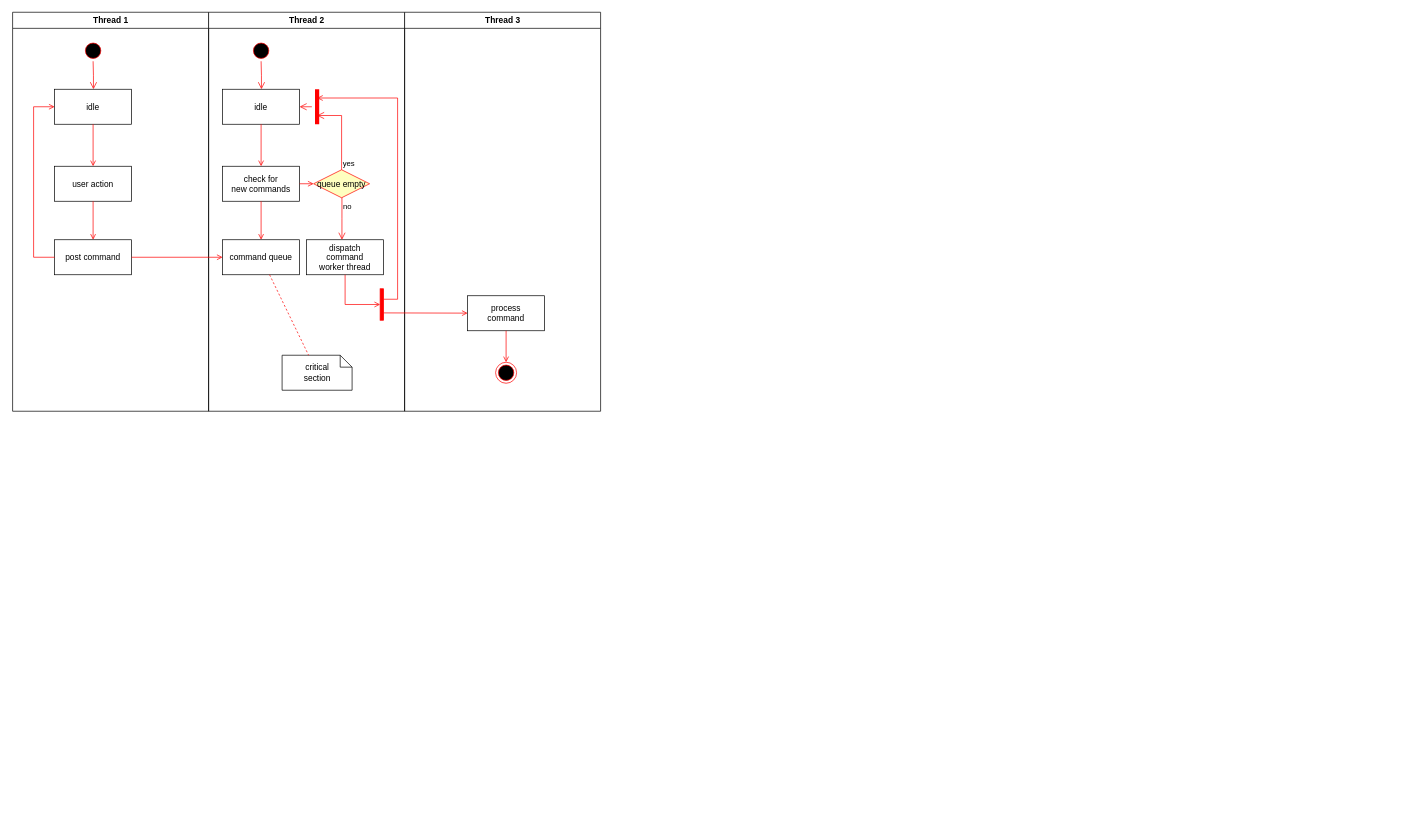
Before: srsrelay.drawio in cld4h/draw.io-documents, a draw.io diagram. Source tidied: cells renumbered, new cells numbered last; positions are measured from the earlier drawing's top-left corner, leaving out a move shared by most shapes. Both pictures are drawn from the tidied source at 70%, with x=0, y=0 at pixel (12, 12).
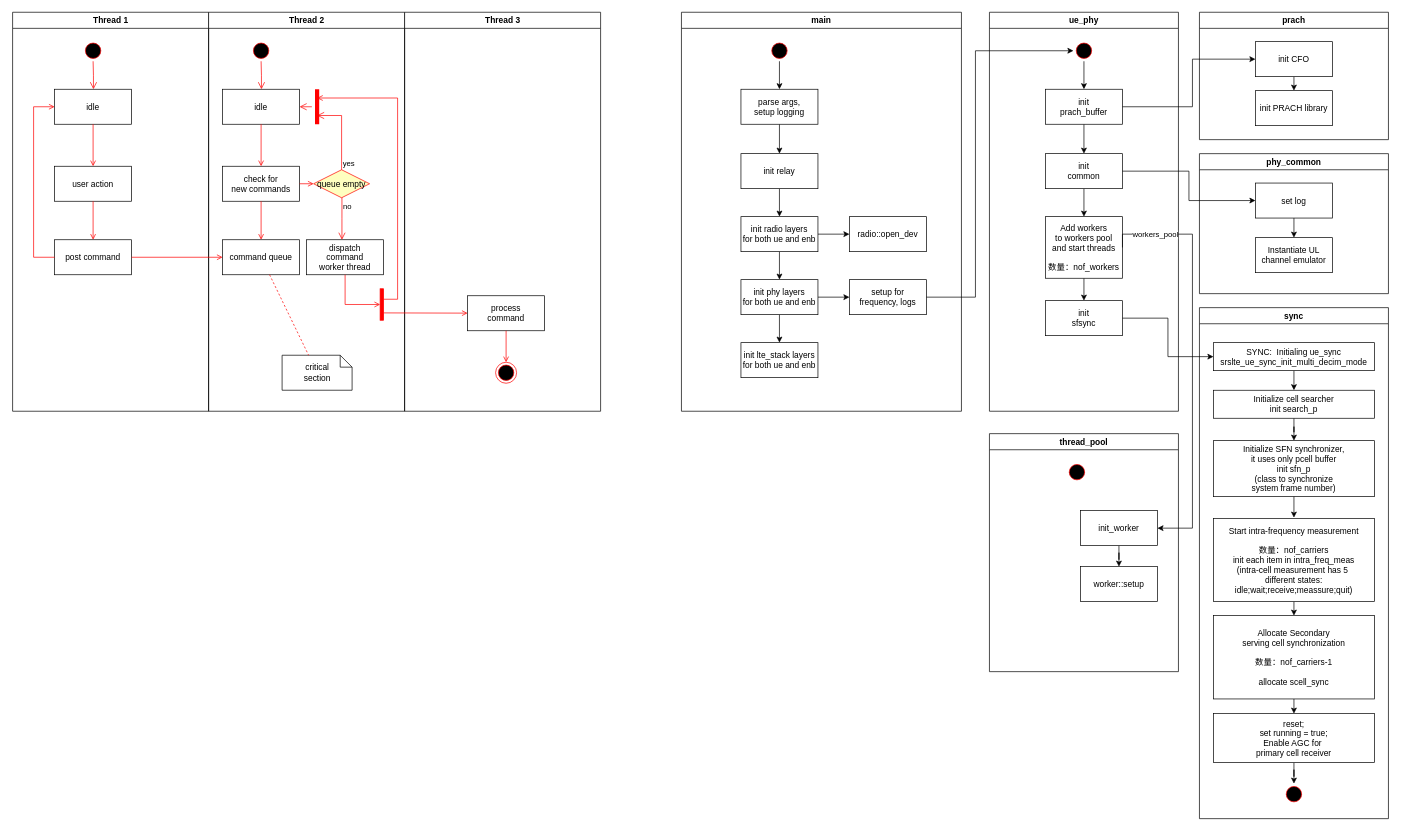
After the change.

What changed in the source:
```diff
@@
+    <mxCell id="37" value="main" style="swimlane;" parent="1" vertex="1">
+      <mxGeometry x="956" width="400" height="570" as="geometry" />
+    </mxCell>
+    <mxCell id="38" style="edgeStyle=orthogonalEdgeStyle;rounded=0;jettySize=auto;html=1;exitX=0.5;exitY=1;exitDx=0;exitDy=0;entryX=0.5;entryY=0;entryDx=0;entryDy=0;" parent="37" edge="1" source="39" target="41">
+      <mxGeometry relative="1" as="geometry" />
+    </mxCell>
+    <mxCell id="39" style="ellipse;shape=startState;fillColor=#000000;strokeColor=#ff0000;" parent="37" vertex="1">
+      <mxGeometry x="125" y="40" width="30" height="30" as="geometry" />
+    </mxCell>
+    <mxCell id="40" style="edgeStyle=orthogonalEdgeStyle;rounded=0;jettySize=auto;html=1;exitX=0.5;exitY=1;exitDx=0;exitDy=0;entryX=0.5;entryY=0;entryDx=0;entryDy=0;" parent="37" edge="1" source="41" target="43">
+      <mxGeometry relative="1" as="geometry" />
+    </mxCell>
+    <mxCell id="41" value="parse args,&#10;setup logging" parent="37" vertex="1">
+      <mxGeometry x="85" y="110" width="110" height="50" as="geometry" />
+    </mxCell>
+    <mxCell id="42" style="edgeStyle=orthogonalEdgeStyle;rounded=0;jettySize=auto;html=1;exitX=0.5;exitY=1;exitDx=0;exitDy=0;entryX=0.5;entryY=0;entryDx=0;entryDy=0;" parent="37" edge="1" source="43" target="46">
+      <mxGeometry relative="1" as="geometry" />
+    </mxCell>
+    <mxCell id="43" value="init relay" parent="37" vertex="1">
+      <mxGeometry x="85" y="202" width="110" height="50" as="geometry" />
+    </mxCell>
+    <mxCell id="44" style="edgeStyle=orthogonalEdgeStyle;rounded=0;jettySize=auto;html=1;exitX=0.5;exitY=1;exitDx=0;exitDy=0;" parent="37" edge="1" source="46" target="49">
+      <mxGeometry relative="1" as="geometry" />
+    </mxCell>
+    <mxCell id="45" style="edgeStyle=orthogonalEdgeStyle;rounded=0;jettySize=auto;html=1;exitX=1;exitY=0.5;exitDx=0;exitDy=0;entryX=0;entryY=0.5;entryDx=0;entryDy=0;" parent="37" edge="1" source="46" target="51">
+      <mxGeometry relative="1" as="geometry" />
+    </mxCell>
+    <mxCell id="46" value="init radio layers&#10;for both ue and enb" parent="37" vertex="1">
+      <mxGeometry x="85" y="292" width="110" height="50" as="geometry" />
+    </mxCell>
+    <mxCell id="47" style="edgeStyle=orthogonalEdgeStyle;rounded=0;jettySize=auto;html=1;exitX=0.5;exitY=1;exitDx=0;exitDy=0;entryX=0.5;entryY=0;entryDx=0;entryDy=0;" parent="37" edge="1" source="49" target="50">
+      <mxGeometry relative="1" as="geometry" />
+    </mxCell>
+    <mxCell id="48" style="edgeStyle=orthogonalEdgeStyle;rounded=0;jettySize=auto;html=1;exitX=1;exitY=0.5;exitDx=0;exitDy=0;entryX=0;entryY=0.5;entryDx=0;entryDy=0;" parent="37" edge="1" source="49" target="52">
+      <mxGeometry relative="1" as="geometry" />
+    </mxCell>
+    <mxCell id="49" value="init phy layers&#10;for both ue and enb" parent="37" vertex="1">
+      <mxGeometry x="85" y="382" width="110" height="50" as="geometry" />
+    </mxCell>
+    <mxCell id="50" value="init lte_stack layers&#10;for both ue and enb" parent="37" vertex="1">
+      <mxGeometry x="85" y="472" width="110" height="50" as="geometry" />
+    </mxCell>
+    <mxCell id="51" value="radio::open_dev" parent="37" vertex="1">
+      <mxGeometry x="240" y="292" width="110" height="50" as="geometry" />
+    </mxCell>
+    <mxCell id="52" value="setup for&#10;frequency, logs" parent="37" vertex="1">
+      <mxGeometry x="240" y="382" width="110" height="50" as="geometry" />
+    </mxCell>
+    <mxCell id="53" value="ue_phy" style="swimlane;" parent="1" vertex="1">
+      <mxGeometry x="1396" width="270" height="570" as="geometry" />
+    </mxCell>
+    <mxCell id="54" style="edgeStyle=orthogonalEdgeStyle;rounded=0;jettySize=auto;html=1;exitX=0.5;exitY=1;exitDx=0;exitDy=0;entryX=0.5;entryY=0;entryDx=0;entryDy=0;" parent="53" edge="1" source="55" target="57">
+      <mxGeometry relative="1" as="geometry" />
+    </mxCell>
+    <mxCell id="55" style="ellipse;shape=startState;fillColor=#000000;strokeColor=#ff0000;" parent="53" vertex="1">
+      <mxGeometry x="120" y="40" width="30" height="30" as="geometry" />
+    </mxCell>
+    <mxCell id="56" style="edgeStyle=orthogonalEdgeStyle;rounded=0;jettySize=auto;html=1;exitX=0.5;exitY=1;exitDx=0;exitDy=0;entryX=0.5;entryY=0;entryDx=0;entryDy=0;" parent="53" edge="1" source="57" target="59">
+      <mxGeometry relative="1" as="geometry" />
+    </mxCell>
+    <mxCell id="57" value="init&#10;prach_buffer" parent="53" vertex="1">
+      <mxGeometry x="80" y="110" width="110" height="50" as="geometry" />
+    </mxCell>
+    <mxCell id="58" style="edgeStyle=orthogonalEdgeStyle;rounded=0;jettySize=auto;html=1;exitX=0.5;exitY=1;exitDx=0;exitDy=0;entryX=0.5;entryY=0;entryDx=0;entryDy=0;" parent="53" edge="1" source="59" target="61">
+      <mxGeometry relative="1" as="geometry" />
+    </mxCell>
+    <mxCell id="59" value="init&#10;common" parent="53" vertex="1">
+      <mxGeometry x="80" y="202" width="110" height="50" as="geometry" />
+    </mxCell>
+    <mxCell id="60" style="edgeStyle=orthogonalEdgeStyle;rounded=0;jettySize=auto;html=1;exitX=0.5;exitY=1;exitDx=0;exitDy=0;entryX=0.5;entryY=0;entryDx=0;entryDy=0;" parent="53" edge="1" source="61" target="62">
+      <mxGeometry relative="1" as="geometry" />
+    </mxCell>
+    <mxCell id="61" value="Add workers &#10;to workers pool &#10;and start threads&#10;&#10;数量：nof_workers" parent="53" vertex="1">
+      <mxGeometry x="80" y="292" width="110" height="88" as="geometry" />
+    </mxCell>
+    <mxCell id="62" value="init&#10;sfsync" parent="53" vertex="1">
+      <mxGeometry x="80" y="412" width="110" height="50" as="geometry" />
+    </mxCell>
+    <mxCell id="63" style="edgeStyle=orthogonalEdgeStyle;rounded=0;jettySize=auto;html=1;exitX=1;exitY=0.5;exitDx=0;exitDy=0;entryX=0;entryY=0.5;entryDx=0;entryDy=0;" parent="1" edge="1" source="52" target="55">
+      <mxGeometry relative="1" as="geometry">
+        <Array as="points">
+          <mxPoint x="1376" y="407" />
+          <mxPoint x="1376" y="55" />
+        </Array>
+      </mxGeometry>
+    </mxCell>
+    <mxCell id="64" value="prach" style="swimlane;" parent="1" vertex="1">
+      <mxGeometry x="1696" width="270" height="182" as="geometry" />
+    </mxCell>
+    <mxCell id="65" style="edgeStyle=orthogonalEdgeStyle;rounded=0;jettySize=auto;html=1;exitX=0.5;exitY=1;exitDx=0;exitDy=0;entryX=0.5;entryY=0;entryDx=0;entryDy=0;" parent="64" edge="1" source="66" target="67">
+      <mxGeometry relative="1" as="geometry" />
+    </mxCell>
+    <mxCell id="66" value="init CFO" parent="64" vertex="1">
+      <mxGeometry x="80" y="42" width="110" height="50" as="geometry" />
+    </mxCell>
+    <mxCell id="67" value="init PRACH library" parent="64" vertex="1">
+      <mxGeometry x="80" y="112" width="110" height="50" as="geometry" />
+    </mxCell>
+    <mxCell id="68" style="edgeStyle=orthogonalEdgeStyle;rounded=0;jettySize=auto;html=1;exitX=1;exitY=0.5;exitDx=0;exitDy=0;" parent="1" edge="1" source="57" target="66">
+      <mxGeometry relative="1" as="geometry">
+        <Array as="points">
+          <mxPoint x="1686" y="135" />
+          <mxPoint x="1686" y="67" />
+        </Array>
+      </mxGeometry>
+    </mxCell>
+    <mxCell id="69" value="phy_common" style="swimlane;" parent="1" vertex="1">
+      <mxGeometry x="1696" y="202" width="270" height="200" as="geometry" />
+    </mxCell>
+    <mxCell id="70" style="edgeStyle=orthogonalEdgeStyle;rounded=0;jettySize=auto;html=1;exitX=0.5;exitY=1;exitDx=0;exitDy=0;entryX=0.5;entryY=0;entryDx=0;entryDy=0;" parent="69" edge="1" source="71" target="72">
+      <mxGeometry relative="1" as="geometry" />
+    </mxCell>
+    <mxCell id="71" value="set log" parent="69" vertex="1">
+      <mxGeometry x="80" y="42" width="110" height="50" as="geometry" />
+    </mxCell>
+    <mxCell id="72" value="Instantiate UL &#10;channel emulator" parent="69" vertex="1">
+      <mxGeometry x="80" y="120" width="110" height="50" as="geometry" />
+    </mxCell>
+    <mxCell id="73" style="edgeStyle=orthogonalEdgeStyle;rounded=0;jettySize=auto;html=1;exitX=1;exitY=0.5;exitDx=0;exitDy=0;entryX=0;entryY=0.5;entryDx=0;entryDy=0;" parent="1" edge="1" source="59" target="71">
+      <mxGeometry relative="1" as="geometry" />
+    </mxCell>
+    <mxCell id="74" value="thread_pool" style="swimlane;" parent="1" vertex="1">
+      <mxGeometry x="1396" y="602" width="270" height="340" as="geometry" />
+    </mxCell>
+    <mxCell id="75" style="ellipse;shape=startState;fillColor=#000000;strokeColor=#ff0000;" parent="74" vertex="1">
+      <mxGeometry x="110" y="40" width="30" height="30" as="geometry" />
+    </mxCell>
+    <mxCell id="76" style="edgeStyle=orthogonalEdgeStyle;rounded=0;jettySize=auto;html=1;exitX=0.5;exitY=1;exitDx=0;exitDy=0;" parent="74" edge="1" source="77" target="78">
+      <mxGeometry relative="1" as="geometry" />
+    </mxCell>
+    <mxCell id="77" value="init_worker" parent="74" vertex="1">
+      <mxGeometry x="130" y="110" width="110" height="50" as="geometry" />
+    </mxCell>
+    <mxCell id="78" value="worker::setup" parent="74" vertex="1">
+      <mxGeometry x="130" y="190" width="110" height="50" as="geometry" />
+    </mxCell>
+    <mxCell id="79" style="edgeStyle=orthogonalEdgeStyle;rounded=0;jettySize=auto;html=1;exitX=1;exitY=0.5;exitDx=0;exitDy=0;entryX=1;entryY=0.5;entryDx=0;entryDy=0;" parent="1" edge="1" source="61" target="77">
+      <mxGeometry relative="1" as="geometry">
+        <Array as="points">
+          <mxPoint x="1686" y="317" />
+          <mxPoint x="1686" y="737" />
+        </Array>
+      </mxGeometry>
+    </mxCell>
+    <mxCell id="80" value="workers_pool" style="edgeLabel;html=1;align=center;verticalAlign=middle;" parent="79" vertex="1">
+      <mxGeometry x="-0.89" y="-2" relative="1" as="geometry">
+        <mxPoint x="33" y="-2" as="offset" />
+      </mxGeometry>
+    </mxCell>
+    <mxCell id="81" value="sync" style="swimlane;" parent="1" vertex="1">
+      <mxGeometry x="1696" y="422" width="270" height="730" as="geometry" />
+    </mxCell>
+    <mxCell id="82" style="edgeStyle=orthogonalEdgeStyle;rounded=0;jettySize=auto;html=1;exitX=0.5;exitY=1;exitDx=0;exitDy=0;entryX=0.5;entryY=0;entryDx=0;entryDy=0;" parent="81" edge="1" source="83" target="85">
+      <mxGeometry relative="1" as="geometry" />
+    </mxCell>
+    <mxCell id="83" value="SYNC:  Initialing ue_sync&#10;srslte_ue_sync_init_multi_decim_mode" parent="81" vertex="1">
+      <mxGeometry x="20" y="50" width="230" height="40" as="geometry" />
+    </mxCell>
+    <mxCell id="84" style="edgeStyle=orthogonalEdgeStyle;rounded=0;jettySize=auto;html=1;exitX=0.5;exitY=1;exitDx=0;exitDy=0;" parent="81" edge="1" source="85" target="86">
+      <mxGeometry relative="1" as="geometry" />
+    </mxCell>
+    <mxCell id="85" value="Initialize cell searcher&#10;init search_p" parent="81" vertex="1">
+      <mxGeometry x="20" y="118" width="230" height="40" as="geometry" />
+    </mxCell>
+    <mxCell id="86" value="Initialize SFN synchronizer, &#10;it uses only pcell buffer&#10;init sfn_p&#10;(class to synchronize &#10;system frame number)" parent="81" vertex="1">
+      <mxGeometry x="20" y="190" width="230" height="80" as="geometry" />
+    </mxCell>
+    <mxCell id="87" style="ellipse;shape=startState;fillColor=#000000;strokeColor=#ff0000;" parent="81" vertex="1">
+      <mxGeometry x="120" y="680" width="30" height="30" as="geometry" />
+    </mxCell>
+    <mxCell id="88" style="edgeStyle=orthogonalEdgeStyle;rounded=0;jettySize=auto;html=1;exitX=0.5;exitY=1;exitDx=0;exitDy=0;entryX=0.5;entryY=0;entryDx=0;entryDy=0;" parent="1" edge="1" source="89" target="92">
+      <mxGeometry relative="1" as="geometry" />
+    </mxCell>
+    <mxCell id="89" value="Start intra-frequency measurement&#10;&#10;数量：nof_carriers&#10;init each item in intra_freq_meas&#10;(intra-cell measurement has 5 &#10;different states:&#10;idle;wait;receive;meassure;quit)" parent="1" vertex="1">
+      <mxGeometry x="1716" y="723" width="230" height="119" as="geometry" />
+    </mxCell>
+    <mxCell id="90" style="edgeStyle=orthogonalEdgeStyle;rounded=0;jettySize=auto;html=1;exitX=1;exitY=0.5;exitDx=0;exitDy=0;entryX=0;entryY=0.5;entryDx=0;entryDy=0;" parent="1" edge="1" source="62" target="83">
+      <mxGeometry relative="1" as="geometry" />
+    </mxCell>
+    <mxCell id="91" style="edgeStyle=orthogonalEdgeStyle;rounded=0;jettySize=auto;html=1;exitX=0.5;exitY=1;exitDx=0;exitDy=0;entryX=0.5;entryY=0;entryDx=0;entryDy=0;" parent="1" edge="1" source="92" target="94">
+      <mxGeometry relative="1" as="geometry" />
+    </mxCell>
+    <mxCell id="92" value="Allocate Secondary &#10;serving cell synchronization&#10;&#10;数量：nof_carriers-1&#10;&#10;allocate scell_sync" parent="1" vertex="1">
+      <mxGeometry x="1716" y="862" width="230" height="119" as="geometry" />
+    </mxCell>
+    <mxCell id="93" style="edgeStyle=orthogonalEdgeStyle;rounded=0;jettySize=auto;html=1;exitX=0.5;exitY=1;exitDx=0;exitDy=0;" parent="1" edge="1" source="94" target="87">
+      <mxGeometry relative="1" as="geometry" />
+    </mxCell>
+    <mxCell id="94" value="reset;&#10;set running = true;&#10;Enable AGC for &#10;primary cell receiver" parent="1" vertex="1">
+      <mxGeometry x="1716" y="1002" width="230" height="70" as="geometry" />
+    </mxCell>
+    <mxCell id="95" style="edgeStyle=orthogonalEdgeStyle;rounded=0;jettySize=auto;html=1;exitX=0.5;exitY=1;exitDx=0;exitDy=0;" parent="1" edge="1" source="86">
+      <mxGeometry relative="1" as="geometry">
+        <mxPoint x="1831" y="722" as="targetPoint" />
+      </mxGeometry>
+    </mxCell>
```
